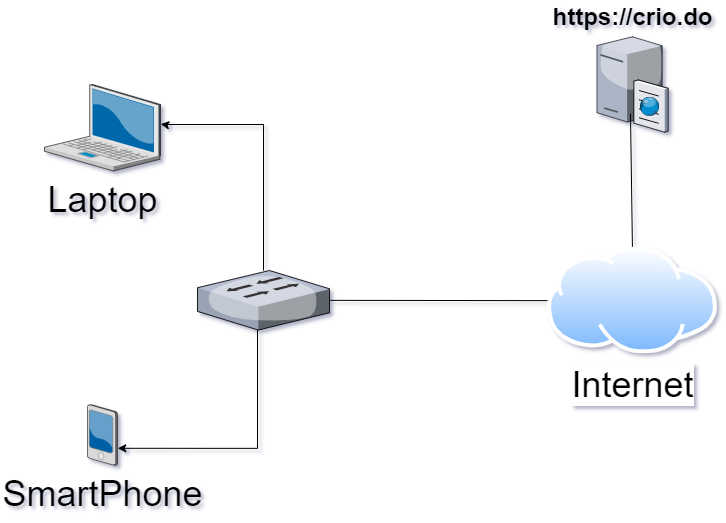
The draw.io diagram home_network.png in ramees-kr/mebash, before a commit. Source tidied: cells renumbered, new cells last; positions are measured from the earlier drawing's top-left corner, leaving out a move shared by most shapes.
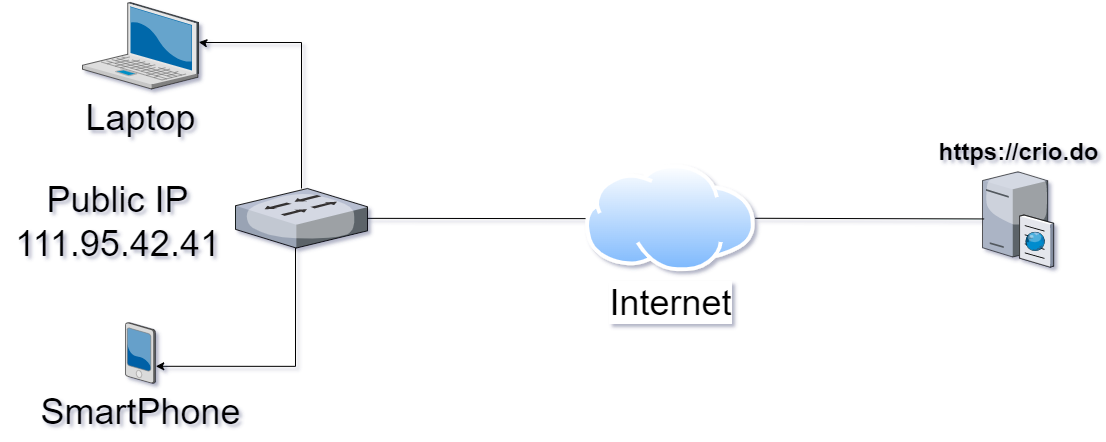
Later version of the same file.

Diff of the diagram source:
```diff
@@ -3,7 +3,7 @@
     <mxCell id="0" />
     <mxCell id="1" parent="0" />
     <mxCell id="2" value="&lt;b&gt;&lt;font style=&quot;font-size: 24px;&quot;&gt;https://crio.do&lt;/font&gt;&lt;/b&gt;" style="verticalLabelPosition=top;html=1;verticalAlign=bottom;strokeColor=none;shape=mxgraph.citrix.cache_server;fillColor=#66B2FF;gradientColor=#0066CC;fontSize=14;labelPosition=center;align=center;" parent="1" vertex="1">
-      <mxGeometry x="552.4" width="71" height="97.5" as="geometry" />
+      <mxGeometry x="900" y="217" width="71" height="97.5" as="geometry" />
     </mxCell>
     <mxCell id="3" value="&lt;font style=&quot;font-size: 36px;&quot;&gt;Laptop&lt;/font&gt;" style="verticalLabelPosition=bottom;html=1;verticalAlign=top;strokeColor=none;shape=mxgraph.citrix.laptop_2;fillColor=#66B2FF;gradientColor=#0066CC;fontSize=14;" parent="1" vertex="1">
       <mxGeometry y="50" width="116" height="86.5" as="geometry" />
@@ -35,8 +35,11 @@
     <mxCell id="9" style="endArrow=none;html=1;rounded=0;fontSize=36;" parent="1" edge="1" source="7" target="8">
       <mxGeometry relative="1" as="geometry" />
     </mxCell>
-    <mxCell id="10" style="endArrow=none;html=1;rounded=0;fontSize=36;entryX=0.5;entryY=0;entryDx=0;entryDy=0;exitX=0.473;exitY=0.813;exitDx=0;exitDy=0;exitPerimeter=0;" parent="1" edge="1" source="2" target="8">
+    <mxCell id="10" style="endArrow=none;html=1;rounded=0;fontSize=36;entryX=1;entryY=0.5;entryDx=0;entryDy=0;exitX=0.023;exitY=0.507;exitDx=0;exitDy=0;exitPerimeter=0;" parent="1" edge="1" source="2" target="8">
       <mxGeometry relative="1" as="geometry" />
     </mxCell>
+    <mxCell id="11" value="Public IP&lt;br&gt;111.95.42.41" style="text;html=1;align=center;verticalAlign=middle;strokeColor=none;fillColor=none;fontSize=36;" parent="1" vertex="1">
+      <mxGeometry x="-80" y="219.3" width="230" height="100" as="geometry" />
+    </mxCell>
   </root>
 </mxGraphModel>
```
